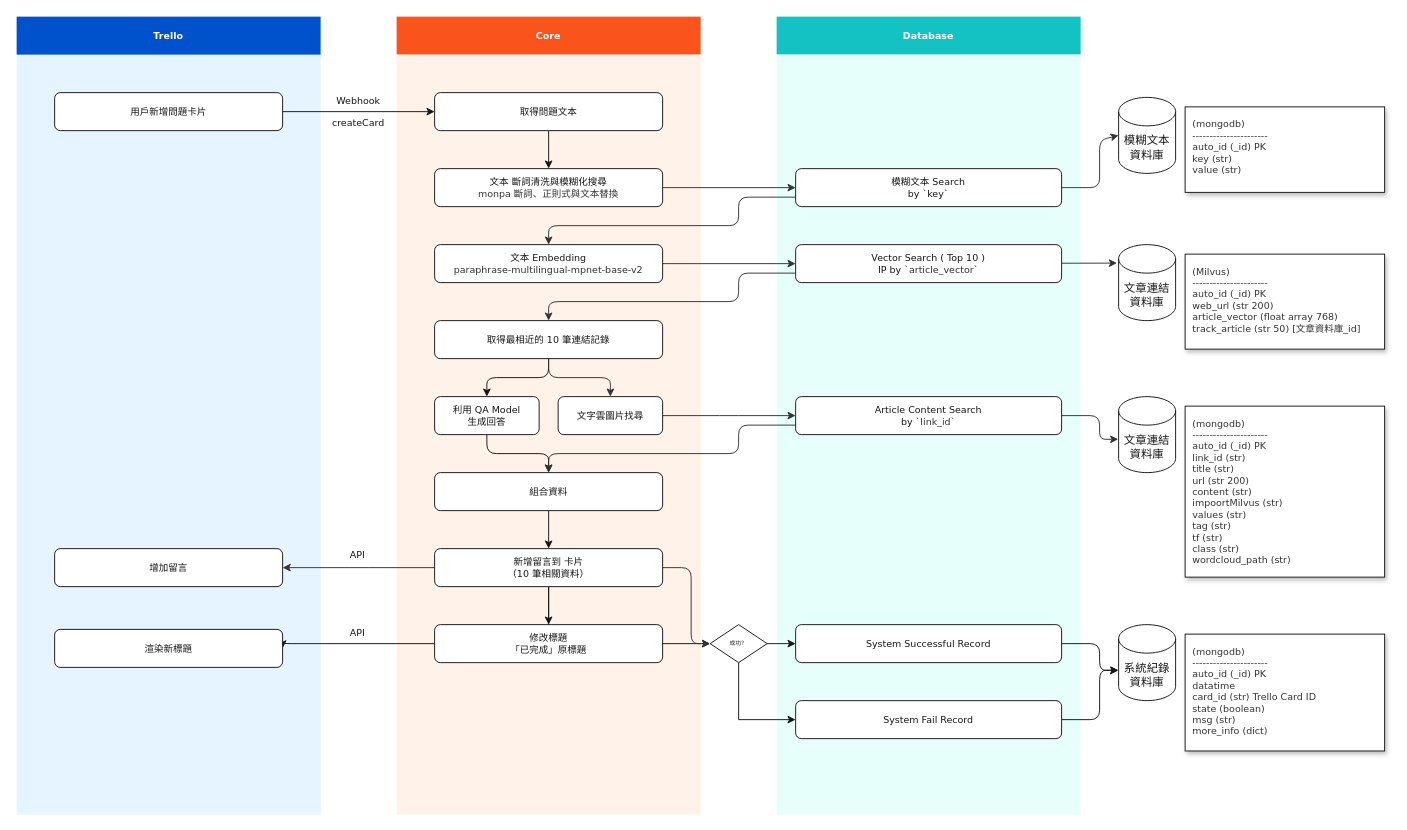
This is docs/開發文本資料/Trello 系統流程設計圖.drawio from tony13382/202307_trello_finder, a draw.io file, before an edit. Source tidied: cells renumbered, new cells numbered last; positions are measured from the earlier drawing's top-left corner, leaving out a move shared by most shapes. Both pictures are drawn from the tidied source at 95%, with x=0, y=0 at pixel (16, 16).
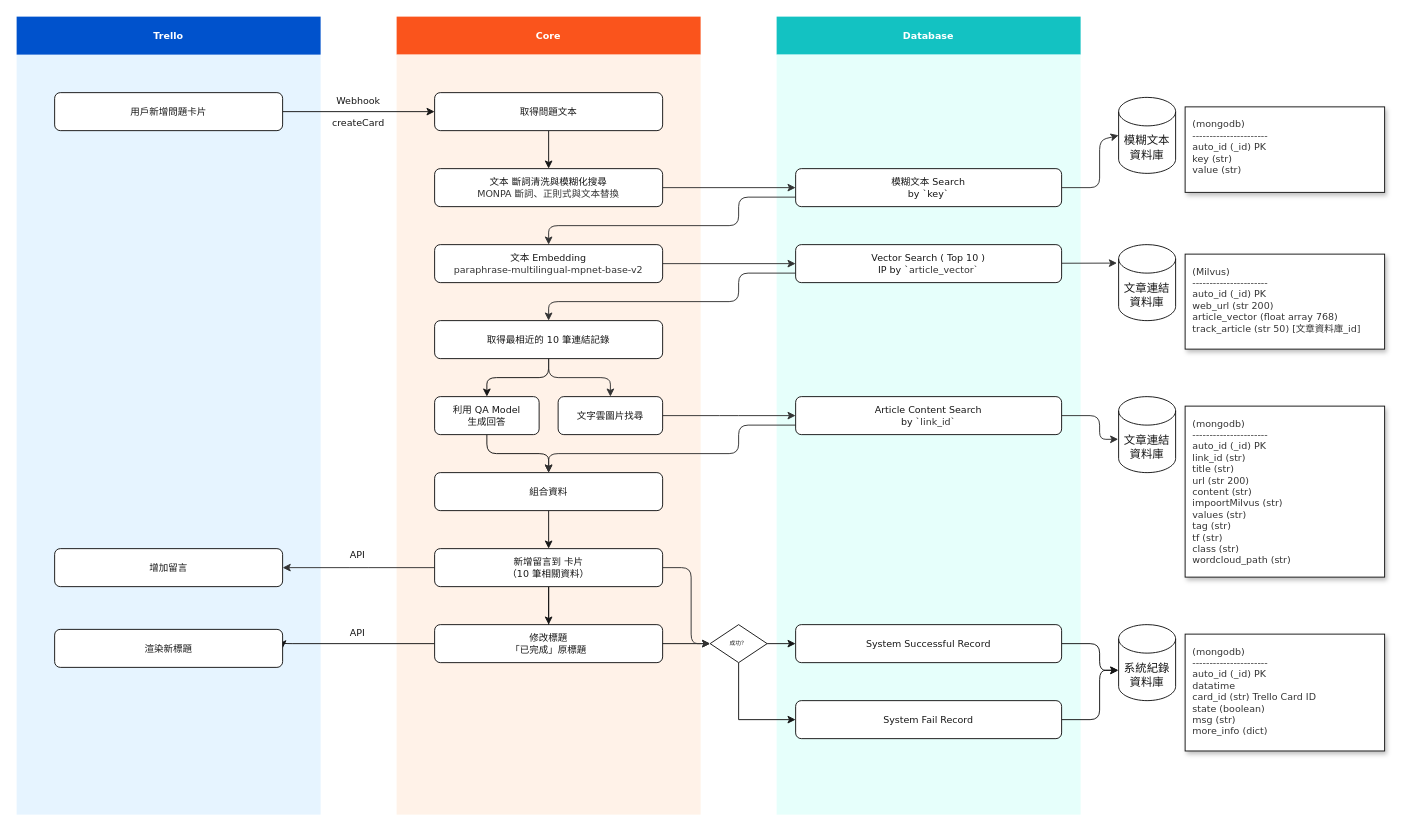
The same diagram, later.

Commit message (it also covers changes not shown here):
Add : 增加無回答圖片與分離資訊

Diff of the diagram source:
```diff
@@
-    <mxCell id="55" value="文本 斷詞清洗與模糊化搜尋&lt;br&gt;&lt;font color=&quot;#333333&quot;&gt;monpa 斷詞、正則式與文本替換&lt;/font&gt;" style="whiteSpace=wrap;html=1;rounded=1;fontFamily=Verdana;fontSize=10;fillColor=#FFFFFF;strokeColor=#171717;fontColor=#171717;" parent="1" vertex="1">
+    <mxCell id="55" value="文本 斷詞清洗與模糊化搜尋&lt;br&gt;&lt;font color=&quot;#333333&quot;&gt;MONPA 斷詞、正則式與文本替換&lt;/font&gt;" style="whiteSpace=wrap;html=1;rounded=1;fontFamily=Verdana;fontSize=10;fillColor=#FFFFFF;strokeColor=#171717;fontColor=#171717;" parent="1" vertex="1">
       <mxGeometry x="440" y="160" width="240" height="40" as="geometry" />
     </mxCell>
```
